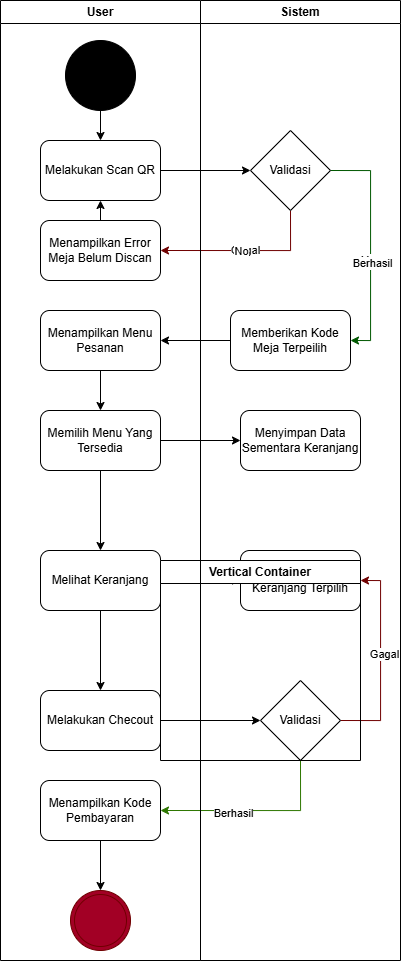
The draw.io diagram Docs/Use Case/activityfinal/Activity Diagram-Activity Diagram Ceckout.drawio.png in gustitriprayoga/Sistem-Pembayaran-QR, before a commit. Source tidied: cells renumbered, new cells last; positions are measured from the earlier drawing's top-left corner, leaving out a move shared by most shapes.
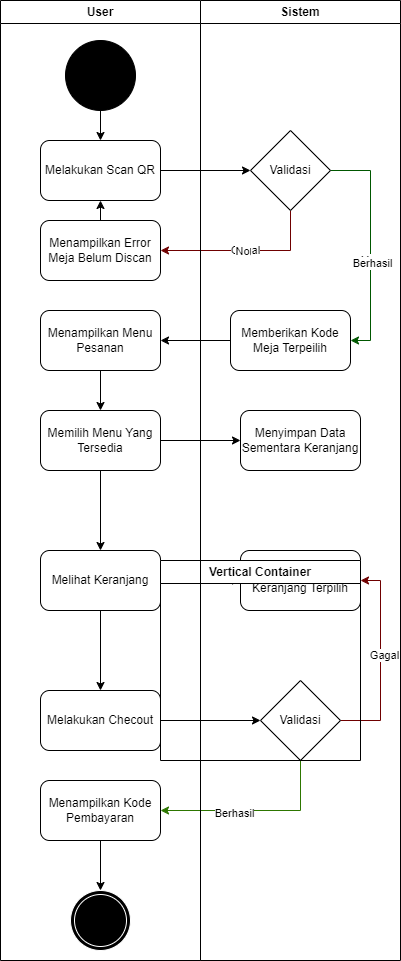
Later version of the same file.

The edit, as a diff of the source:
```diff
@@ -111,7 +111,7 @@
     <mxCell id="34" value="Menampilkan Kode Pembayaran" style="rounded=1;whiteSpace=wrap;html=1;" parent="1" vertex="1">
       <mxGeometry x="40" y="780" width="120" height="60" as="geometry" />
     </mxCell>
-    <mxCell id="35" style="ellipse;shape=doubleEllipse;whiteSpace=wrap;html=1;fillColor=#a20025;fontColor=#ffffff;strokeColor=#6F0000;" parent="1" vertex="1">
+    <mxCell id="35" style="ellipse;shape=doubleEllipse;whiteSpace=wrap;html=1;fillColor=#000000;fontColor=#ffffff;strokeColor=#FFFFFF;" parent="1" vertex="1">
       <mxGeometry x="70" y="890" width="60" height="60" as="geometry" />
     </mxCell>
     <mxCell id="36" value="Vertical Container" style="swimlane;whiteSpace=wrap;html=1;" parent="1" vertex="1">
```
